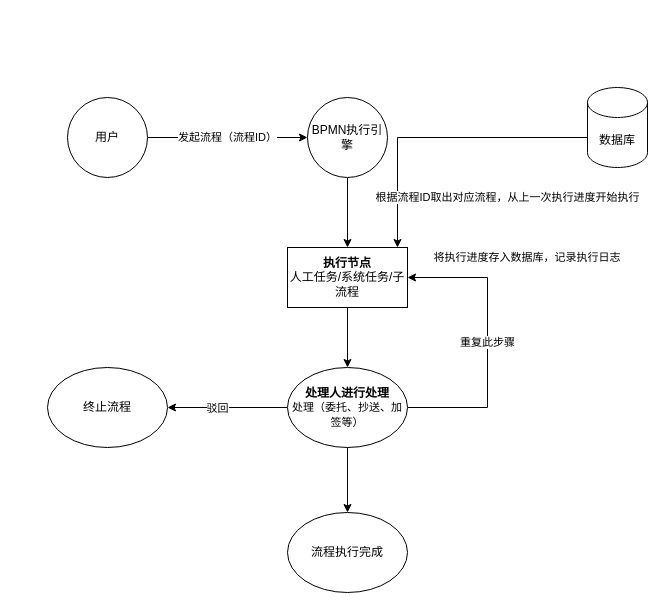
540240126/drawIO keeps this draw.io diagram as Untitled Diagram.drawio. Above is the earlier version. Source tidied: cells renumbered, new cells numbered last; positions are measured from the earlier drawing's top-left corner, leaving out a move shared by most shapes. Both pictures are drawn from the tidied source at 100%, with x=0, y=0 at pixel (47, 87).
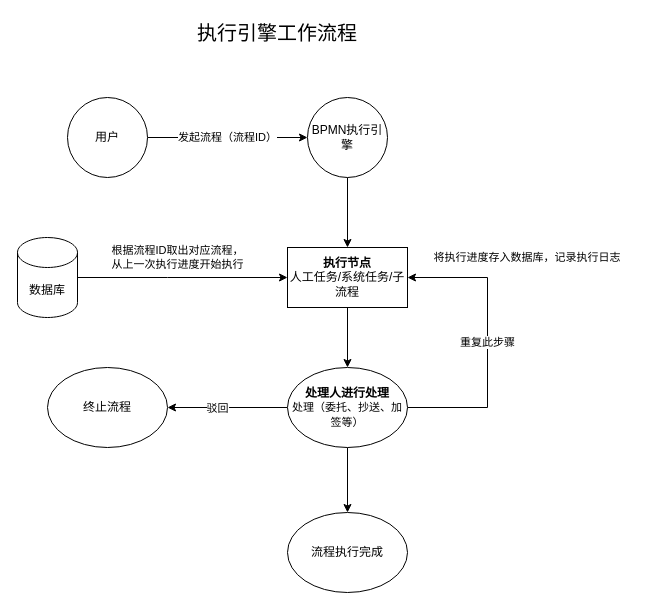
The same diagram, later.

The change refers to these unchanged cells:
```xml
<mxCell id="7" value="&lt;b&gt;执行节点&lt;/b&gt;&lt;br&gt;人工任务/系统任务/子流程" style="whiteSpace=wrap;html=1;" parent="1" vertex="1">
  <mxGeometry x="240" y="160" width="120" height="60" as="geometry" />
</mxCell>
```

Change to the diagram source:
```diff
@@
-    <mxCell id="16" value="根据流程ID取出对应流程，从上一次执行进度开始执行" style="edgeStyle=orthogonalEdgeStyle;rounded=0;jettySize=auto;html=1;" parent="1" edge="1" source="17" target="7">
-      <mxGeometry x="-0.47" y="60" relative="1" as="geometry">
+    <mxCell id="16" value="根据流程ID取出对应流程，&lt;br&gt;从上一次执行进度开始执行" style="edgeStyle=orthogonalEdgeStyle;rounded=0;jettySize=auto;html=1;" parent="1" edge="1" source="17" target="7">
+      <mxGeometry x="-0.05" y="20" relative="1" as="geometry">
         <Array as="points">
-          <mxPoint x="350" y="50" />
+          <mxPoint x="120" y="190" />
+          <mxPoint x="120" y="190" />
         </Array>
       </mxGeometry>
     </mxCell>
     <mxCell id="17" value="数据库" style="shape=cylinder3;whiteSpace=wrap;html=1;boundedLbl=1;backgroundOutline=1;size=15;" parent="1" vertex="1">
-      <mxGeometry x="540" width="60" height="80" as="geometry" />
+      <mxGeometry x="-30" y="150" width="60" height="80" as="geometry" />
     </mxCell>
+    <mxCell id="18" value="执行引擎工作流程" style="text;html=1;strokeColor=none;fillColor=none;align=center;verticalAlign=middle;whiteSpace=wrap;rounded=0;fontSize=20;" parent="1" vertex="1">
+      <mxGeometry x="140" y="-70" width="180" height="30" as="geometry" />
+    </mxCell>
```
